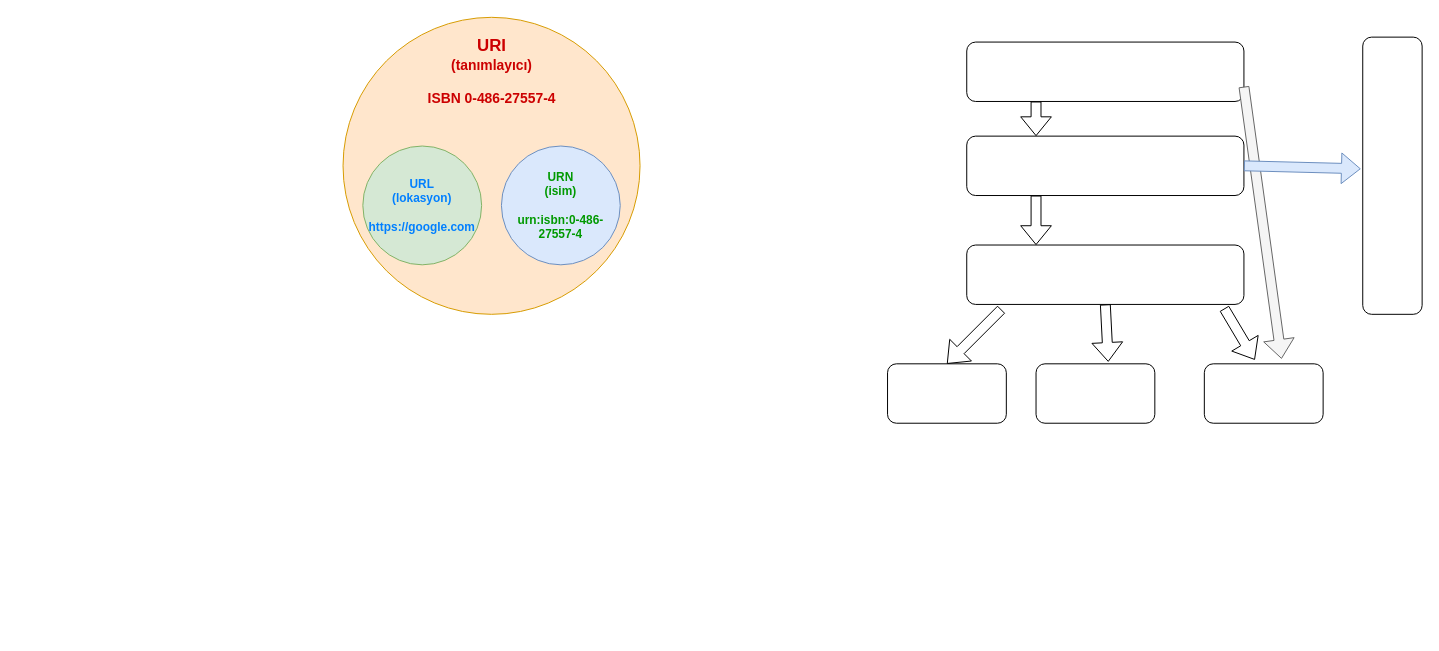
aysedemirel/aysedemirel.github.io keeps this draw.io diagram as page "BROWSERS" (6 of 6) of mavenFlow.drawio. Above is the earlier version. Source tidied: cells renumbered, new cells numbered last; positions are measured from the earlier drawing's top-left corner, leaving out a move shared by most shapes. Both pictures are drawn from the tidied source at 99%, with x=0, y=0 at pixel (343, 17).
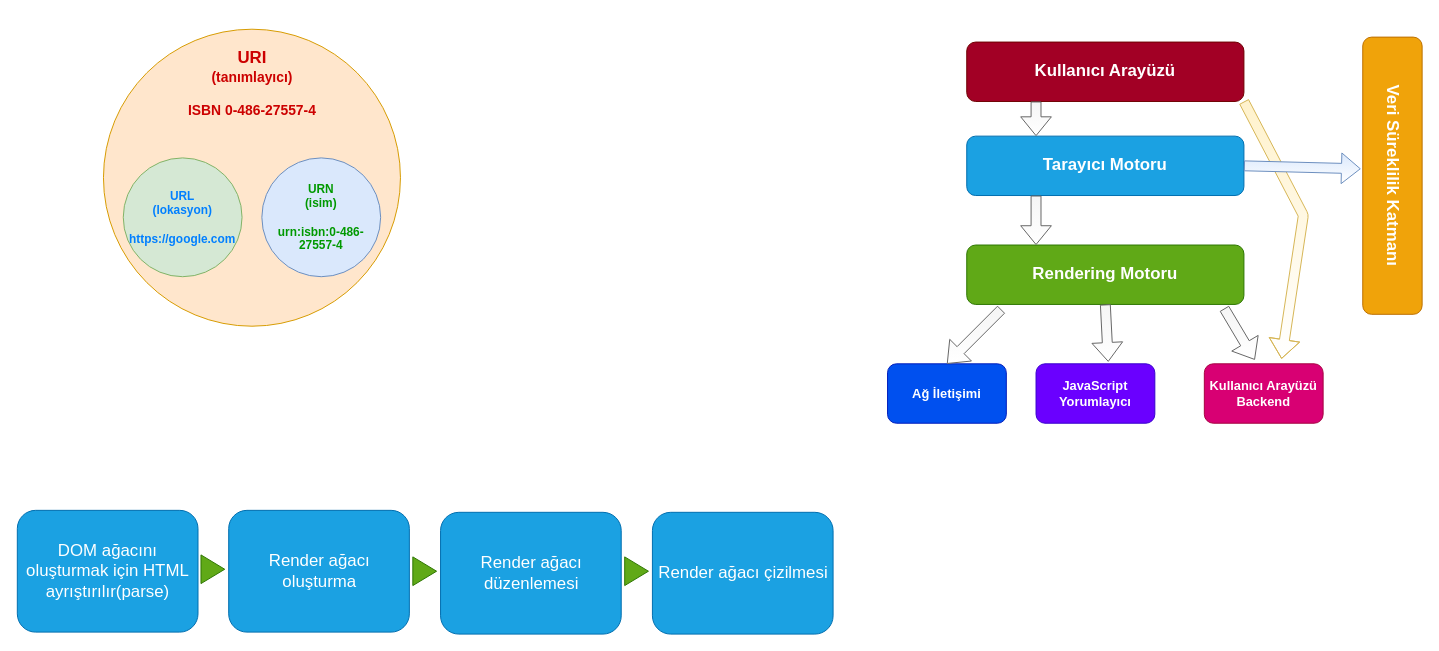
The same page after the edit.

What changed in the source:
```diff
@@
     <mxCell id="2" style="ellipse;whiteSpace=wrap;html=1;fillColor=#ffe6cc;strokeColor=#d79b00;" parent="1" vertex="1">
-      <mxGeometry width="300" height="300" as="geometry" />
+      <mxGeometry x="-242" y="12" width="300" height="300" as="geometry" />
     </mxCell>
     <mxCell id="3" value="&lt;b&gt;&lt;span&gt;URL&lt;/span&gt;&lt;br&gt;&lt;span&gt;(lokasyon)&lt;/span&gt;&lt;br&gt;&lt;br&gt;&lt;span&gt;https://google.com&lt;/span&gt;&lt;/b&gt;" style="ellipse;whiteSpace=wrap;html=1;fillColor=#d5e8d4;strokeColor=#82b366;fontColor=#007FFF;" parent="1" vertex="1">
-      <mxGeometry x="20" y="130" width="120" height="120" as="geometry" />
+      <mxGeometry x="-222" y="142" width="120" height="120" as="geometry" />
     </mxCell>
     <mxCell id="4" value="URN&lt;br&gt;(isim)&lt;br&gt;&lt;br&gt;urn:isbn:0-486-27557-4" style="ellipse;whiteSpace=wrap;html=1;fillColor=#dae8fc;strokeColor=#6c8ebf;fontStyle=1;fontColor=#009900;" parent="1" vertex="1">
-      <mxGeometry x="160" y="130" width="120" height="120" as="geometry" />
+      <mxGeometry x="-82" y="142" width="120" height="120" as="geometry" />
     </mxCell>
     <mxCell id="5" value="&lt;font style=&quot;font-size: 17px&quot;&gt;URI&lt;/font&gt;&lt;br style=&quot;font-size: 14px&quot;&gt;(tanımlayıcı)&lt;br style=&quot;font-size: 14px&quot;&gt;&lt;br style=&quot;font-size: 14px&quot;&gt;ISBN 0-486-27557-4" style="text;html=1;strokeColor=none;fillColor=none;align=center;verticalAlign=middle;whiteSpace=wrap;rounded=0;fontStyle=1;fontSize=14;fontColor=#CC0000;" parent="1" vertex="1">
-      <mxGeometry x="72.5" y="20" width="155" height="70" as="geometry" />
+      <mxGeometry x="-169.5" y="32" width="155" height="70" as="geometry" />
     </mxCell>
-    <mxCell id="6" style="rounded=1;whiteSpace=wrap;html=1;" parent="1" vertex="1">
+    <mxCell id="6" value="Kullanıcı Arayüzü" style="rounded=1;whiteSpace=wrap;html=1;fontStyle=1;verticalAlign=middle;fontSize=17;fillColor=#a20025;strokeColor=#6F0000;gradientDirection=west;fontColor=#ffffff;" parent="1" vertex="1">
       <mxGeometry x="630" y="25" width="280" height="60" as="geometry" />
     </mxCell>
-    <mxCell id="7" style="rounded=1;whiteSpace=wrap;html=1;" parent="1" vertex="1">
+    <mxCell id="7" value="Tarayıcı Motoru" style="rounded=1;whiteSpace=wrap;html=1;fontStyle=1;fontSize=17;fillColor=#1ba1e2;strokeColor=#006EAF;fontColor=#ffffff;" parent="1" vertex="1">
       <mxGeometry x="630" y="120" width="280" height="60" as="geometry" />
     </mxCell>
-    <mxCell id="8" style="rounded=1;whiteSpace=wrap;html=1;" parent="1" vertex="1">
+    <mxCell id="8" value="Rendering Motoru" style="rounded=1;whiteSpace=wrap;html=1;fontStyle=1;fontSize=17;fillColor=#60a917;strokeColor=#2D7600;fontColor=#ffffff;" parent="1" vertex="1">
       <mxGeometry x="630" y="230" width="280" height="60" as="geometry" />
     </mxCell>
-    <mxCell id="9" style="rounded=1;whiteSpace=wrap;html=1;rotation=90;" parent="1" vertex="1">
+    <mxCell id="9" value="Veri Süreklilik Katmanı" style="rounded=1;whiteSpace=wrap;html=1;rotation=90;fontStyle=1;fontSize=17;fillColor=#f0a30a;strokeColor=#BD7000;fontColor=#ffffff;" parent="1" vertex="1">
       <mxGeometry x="920" y="130" width="280" height="60" as="geometry" />
     </mxCell>
-    <mxCell id="10" style="rounded=1;whiteSpace=wrap;html=1;" parent="1" vertex="1">
+    <mxCell id="10" value="Ağ İletişimi" style="rounded=1;whiteSpace=wrap;html=1;fontStyle=1;fontSize=13;fillColor=#0050ef;strokeColor=#001DBC;fontColor=#ffffff;" parent="1" vertex="1">
       <mxGeometry x="550" y="350" width="120" height="60" as="geometry" />
     </mxCell>
-    <mxCell id="11" style="rounded=1;whiteSpace=wrap;html=1;" parent="1" vertex="1">
+    <mxCell id="11" value="JavaScript Yorumlayıcı" style="rounded=1;whiteSpace=wrap;html=1;fontStyle=1;fontSize=13;fillColor=#6a00ff;strokeColor=#3700CC;fontColor=#ffffff;" parent="1" vertex="1">
       <mxGeometry x="700" y="350" width="120" height="60" as="geometry" />
     </mxCell>
-    <mxCell id="12" style="rounded=1;whiteSpace=wrap;html=1;" parent="1" vertex="1">
+    <mxCell id="12" value="Kullanıcı Arayüzü Backend" style="rounded=1;whiteSpace=wrap;html=1;fontStyle=1;fontSize=13;fillColor=#d80073;strokeColor=#A50040;fontColor=#ffffff;" parent="1" vertex="1">
       <mxGeometry x="870" y="350" width="120" height="60" as="geometry" />
     </mxCell>
-    <mxCell id="13" style="shape=flexArrow;endArrow=classic;html=1;exitX=0.25;exitY=1;exitDx=0;exitDy=0;entryX=0.25;entryY=0;entryDx=0;entryDy=0;" parent="1" edge="1" source="6" target="7">
+    <mxCell id="13" style="shape=flexArrow;endArrow=classic;html=1;exitX=0.25;exitY=1;exitDx=0;exitDy=0;entryX=0.25;entryY=0;entryDx=0;entryDy=0;fillColor=#f5f5f5;strokeColor=#666666;gradientColor=#ffffff;" parent="1" edge="1" source="6" target="7">
       <mxGeometry relative="1" as="geometry" />
     </mxCell>
-    <mxCell id="14" style="shape=flexArrow;endArrow=classic;html=1;exitX=0.25;exitY=1;exitDx=0;exitDy=0;entryX=0.25;entryY=0;entryDx=0;entryDy=0;" parent="1" edge="1" source="7" target="8">
+    <mxCell id="14" style="shape=flexArrow;endArrow=classic;html=1;exitX=0.25;exitY=1;exitDx=0;exitDy=0;entryX=0.25;entryY=0;entryDx=0;entryDy=0;fillColor=#f5f5f5;strokeColor=#666666;gradientColor=#ffffff;" parent="1" edge="1" source="7" target="8">
       <mxGeometry relative="1" as="geometry" />
     </mxCell>
-    <mxCell id="15" style="shape=flexArrow;endArrow=classic;html=1;entryX=0.5;entryY=0;entryDx=0;entryDy=0;exitX=0.125;exitY=1.083;exitDx=0;exitDy=0;exitPerimeter=0;" parent="1" edge="1" source="8" target="10">
+    <mxCell id="15" style="shape=flexArrow;endArrow=classic;html=1;entryX=0.5;entryY=0;entryDx=0;entryDy=0;exitX=0.125;exitY=1.083;exitDx=0;exitDy=0;exitPerimeter=0;fillColor=#f5f5f5;strokeColor=#666666;gradientColor=#ffffff;" parent="1" edge="1" source="8" target="10">
       <mxGeometry relative="1" as="geometry" />
     </mxCell>
-    <mxCell id="16" style="shape=flexArrow;endArrow=classic;html=1;exitX=0.5;exitY=1;exitDx=0;exitDy=0;entryX=0.608;entryY=-0.033;entryDx=0;entryDy=0;entryPerimeter=0;" parent="1" edge="1" source="8" target="11">
+    <mxCell id="16" style="shape=flexArrow;endArrow=classic;html=1;exitX=0.5;exitY=1;exitDx=0;exitDy=0;entryX=0.608;entryY=-0.033;entryDx=0;entryDy=0;entryPerimeter=0;fillColor=#f5f5f5;strokeColor=#666666;gradientColor=#ffffff;" parent="1" edge="1" source="8" target="11">
       <mxGeometry relative="1" as="geometry" />
     </mxCell>
-    <mxCell id="17" style="shape=flexArrow;endArrow=classic;html=1;exitX=0.929;exitY=1.067;exitDx=0;exitDy=0;exitPerimeter=0;entryX=0.425;entryY=-0.067;entryDx=0;entryDy=0;entryPerimeter=0;" parent="1" edge="1" source="8" target="12">
+    <mxCell id="17" style="shape=flexArrow;endArrow=classic;html=1;exitX=0.929;exitY=1.067;exitDx=0;exitDy=0;exitPerimeter=0;entryX=0.425;entryY=-0.067;entryDx=0;entryDy=0;entryPerimeter=0;fillColor=#f5f5f5;strokeColor=#666666;gradientColor=#ffffff;" parent="1" edge="1" source="8" target="12">
       <mxGeometry relative="1" as="geometry" />
     </mxCell>
-    <mxCell id="18" style="shape=flexArrow;endArrow=classic;html=1;exitX=1;exitY=0.75;exitDx=0;exitDy=0;entryX=0.65;entryY=-0.083;entryDx=0;entryDy=0;entryPerimeter=0;fillColor=#f5f5f5;strokeColor=#666666;" parent="1" edge="1" source="6" target="12">
-      <mxGeometry relative="1" as="geometry" />
+    <mxCell id="18" style="shape=flexArrow;endArrow=classic;html=1;entryX=0.65;entryY=-0.083;entryDx=0;entryDy=0;entryPerimeter=0;fillColor=#fff2cc;strokeColor=#d6b656;exitX=1;exitY=1;exitDx=0;exitDy=0;gradientColor=#ffffff;" parent="1" edge="1" source="6" target="12">
+      <mxGeometry relative="1" as="geometry">
+        <Array as="points">
+          <mxPoint x="970" y="200" />
+        </Array>
+      </mxGeometry>
     </mxCell>
-    <mxCell id="19" style="shape=flexArrow;endArrow=classic;html=1;exitX=1;exitY=0.5;exitDx=0;exitDy=0;entryX=0.475;entryY=1.033;entryDx=0;entryDy=0;entryPerimeter=0;fillColor=#dae8fc;strokeColor=#6c8ebf;" parent="1" edge="1" source="7" target="9">
+    <mxCell id="19" style="shape=flexArrow;endArrow=classic;html=1;exitX=1;exitY=0.5;exitDx=0;exitDy=0;entryX=0.475;entryY=1.033;entryDx=0;entryDy=0;entryPerimeter=0;fillColor=#dae8fc;strokeColor=#6c8ebf;gradientColor=#ffffff;" parent="1" edge="1" source="7" target="9">
       <mxGeometry relative="1" as="geometry" />
     </mxCell>
+    <mxCell id="20" value="DOM ağacını oluşturmak için HTML ayrıştırılır(parse)" style="rounded=1;whiteSpace=wrap;html=1;fontSize=17;fillColor=#1ba1e2;strokeColor=#006EAF;fontColor=#ffffff;" parent="1" vertex="1">
+      <mxGeometry x="-329" y="498" width="182.5" height="123" as="geometry" />
+    </mxCell>
+    <mxCell id="21" value="Render ağacı oluşturma" style="rounded=1;whiteSpace=wrap;html=1;fontSize=17;fillColor=#1ba1e2;strokeColor=#006EAF;fontColor=#ffffff;" parent="1" vertex="1">
+      <mxGeometry x="-115.5" y="498" width="182.5" height="123" as="geometry" />
+    </mxCell>
+    <mxCell id="22" value="Render ağacı düzenlemesi" style="rounded=1;whiteSpace=wrap;html=1;fontSize=17;fillColor=#1ba1e2;strokeColor=#006EAF;fontColor=#ffffff;" parent="1" vertex="1">
+      <mxGeometry x="98.5" y="500" width="182.5" height="123" as="geometry" />
+    </mxCell>
+    <mxCell id="23" value="Render ağacı çizilmesi" style="rounded=1;whiteSpace=wrap;html=1;fontSize=17;fillColor=#1ba1e2;strokeColor=#006EAF;fontColor=#ffffff;" parent="1" vertex="1">
+      <mxGeometry x="312.5" y="500" width="182.5" height="123" as="geometry" />
+    </mxCell>
+    <mxCell id="24" style="triangle;whiteSpace=wrap;html=1;fillColor=#60a917;fontSize=17;strokeColor=#2D7600;fontColor=#ffffff;" parent="1" vertex="1">
+      <mxGeometry x="-143.5" y="543" width="24" height="29" as="geometry" />
+    </mxCell>
+    <mxCell id="25" style="triangle;whiteSpace=wrap;html=1;fillColor=#60a917;fontSize=17;strokeColor=#2D7600;fontColor=#ffffff;" parent="1" vertex="1">
+      <mxGeometry x="70.5" y="545" width="24" height="29" as="geometry" />
+    </mxCell>
+    <mxCell id="26" style="triangle;whiteSpace=wrap;html=1;fillColor=#60a917;fontSize=17;strokeColor=#2D7600;fontColor=#ffffff;" parent="1" vertex="1">
+      <mxGeometry x="284.5" y="545" width="24" height="29" as="geometry" />
+    </mxCell>
```
